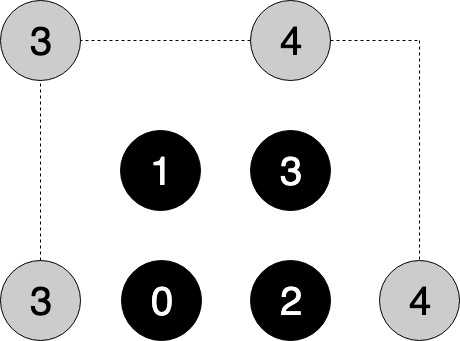
Earlier version of the draw.io export images/shape_formation_process_2.png (anuragg-in/kilobotics). Source tidied: cells renumbered, new cells last; positions are measured from the earlier drawing's top-left corner, leaving out a move shared by most shapes.
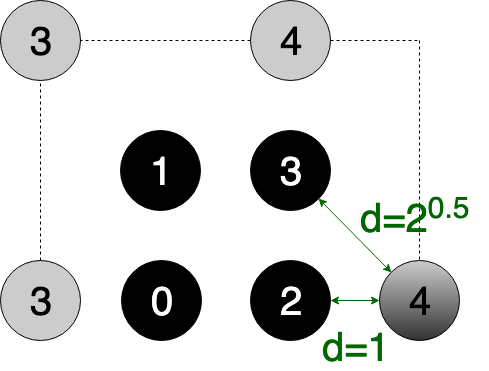
Above is the later version.

Commit message:
addded codes. updated codes. addeded details in shape formation. updated figures.

What changed in the source:
```diff
@@ -36,7 +36,7 @@
     <mxCell id="11" value="4" style="ellipse;whiteSpace=wrap;html=1;fillColor=#CCCCCC;fontSize=40;" parent="1" vertex="1">
       <mxGeometry x="250" width="80" height="80" as="geometry" />
     </mxCell>
-    <mxCell id="12" value="4" style="ellipse;whiteSpace=wrap;html=1;fillColor=#CCCCCC;gradientColor=none;fontSize=40;" parent="1" vertex="1">
+    <mxCell id="12" value="4" style="ellipse;whiteSpace=wrap;html=1;fillColor=#CCCCCC;gradientColor=#333333;fontSize=40;" parent="1" vertex="1">
       <mxGeometry x="379" y="260" width="80" height="80" as="geometry" />
     </mxCell>
     <mxCell id="13" style="endArrow=none;dashed=1;html=1;strokeWidth=1;entryX=0.5;entryY=0;entryDx=0;entryDy=0;fontSize=40;" parent="1" edge="1" target="12">
@@ -49,5 +49,17 @@
         <mxPoint x="420" y="40" as="targetPoint" />
       </mxGeometry>
     </mxCell>
+    <mxCell id="15" style="endArrow=classic;startArrow=classic;html=1;strokeColor=#006600;fontSize=40;fontColor=#006600;entryX=0;entryY=0.5;entryDx=0;entryDy=0;exitX=1;exitY=0.5;exitDx=0;exitDy=0;" parent="1" edge="1" source="4" target="12">
+      <mxGeometry relative="1" as="geometry" />
+    </mxCell>
+    <mxCell id="16" style="endArrow=classic;startArrow=classic;html=1;strokeColor=#006600;fontSize=40;fontColor=#006600;entryX=0;entryY=0;entryDx=0;entryDy=0;exitX=1;exitY=1;exitDx=0;exitDy=0;" parent="1" edge="1" source="10" target="12">
+      <mxGeometry relative="1" as="geometry" />
+    </mxCell>
+    <mxCell id="17" value="d=2&lt;sup&gt;&lt;font style=&quot;font-size: 30px&quot;&gt;0.5&lt;/font&gt;&lt;/sup&gt;" style="text;html=1;align=left;verticalAlign=top;spacingTop=-4;fontSize=40;fontColor=#006600;" parent="1" vertex="1">
+      <mxGeometry x="358" y="184" width="130" height="60" as="geometry" />
+    </mxCell>
+    <mxCell id="18" value="d=1" style="text;html=1;align=left;verticalAlign=top;spacingTop=-4;fontSize=40;fontColor=#006600;" parent="1" vertex="1">
+      <mxGeometry x="320" y="320" width="80" height="50" as="geometry" />
+    </mxCell>
   </root>
 </mxGraphModel>
```
